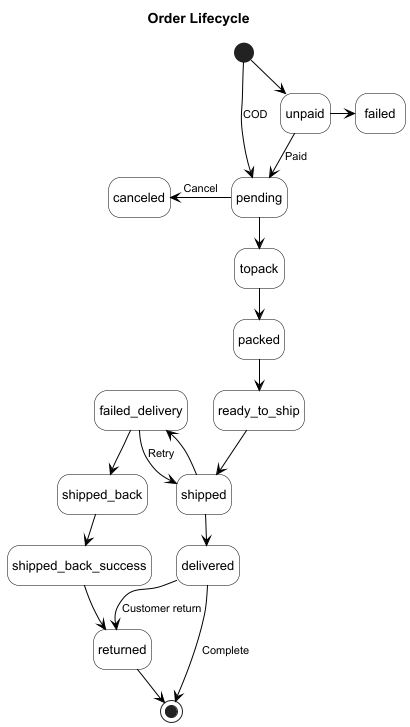
Earlier version of the PlantUML export docs/diagrams/state/export/state_diagram.png (ThuaanNguyeen111/OptiPackAI).
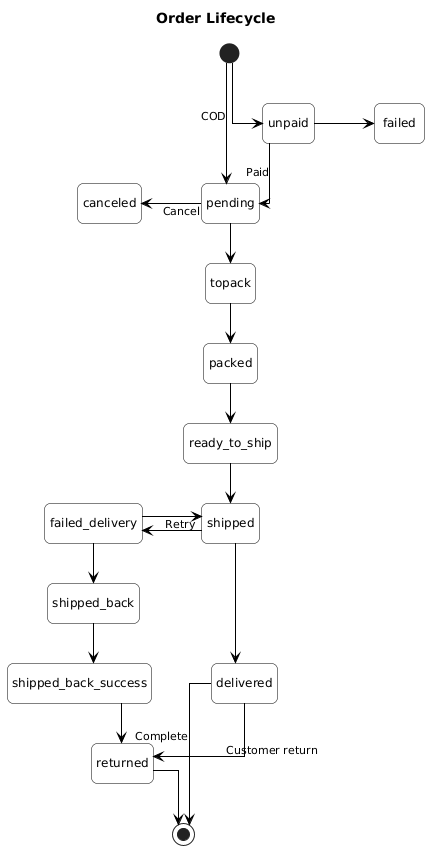
Above is the later version.

Commit message:
docs(AOFP-223): straighten state diagram connectors to match layout

The edit, as a diff of the source:
```diff
@@ -7,8 +7,12 @@
 skinparam defaultFontSize 13
 skinparam ArrowFontSize 11
 skinparam shadowing false
-skinparam nodesep 25
-skinparam ranksep 30
+skinparam linetype ortho
+skinparam nodesep 60
+skinparam ranksep 40
+skinparam roundCorner 12
+skinparam stateFontSize 12
+skinparam minClassWidth 120
 skinparam ArrowColor Black
 skinparam stateBorderColor Black
 skinparam stateBackgroundColor White
@@ -42,11 +46,11 @@
 UNPAID -right-> FAILED
 
 SHIPPED -left-> FAILED_DELIVERY
-FAILED_DELIVERY --> SHIPPED : Retry
+FAILED_DELIVERY -right-> SHIPPED : Retry
 FAILED_DELIVERY -down-> SHIPPED_BACK
 SHIPPED_BACK -down-> SHIPPED_BACK_SUCCESS
-SHIPPED_BACK_SUCCESS --> RETURNED
-DELIVERED --> RETURNED : Customer return
-RETURNED --> [*]
+SHIPPED_BACK_SUCCESS -down-> RETURNED
+DELIVERED -down-> RETURNED : Customer return
+RETURNED -down-> [*]
 
 @enduml
```
